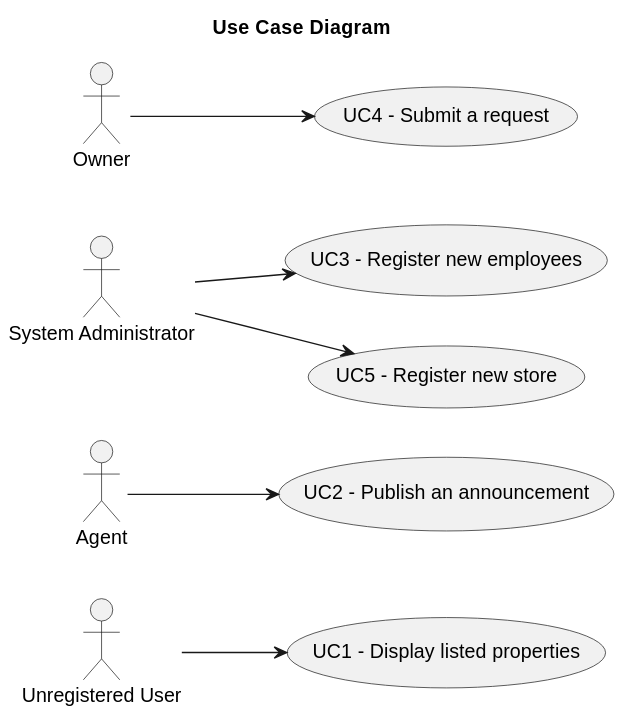
Before: docs/sprintA/global-artifacts/01.requirements-engineering/svg/use-case-diagram.svg, a diagram exported from PlantUML (rita-barbosa/LAPR2-2223).
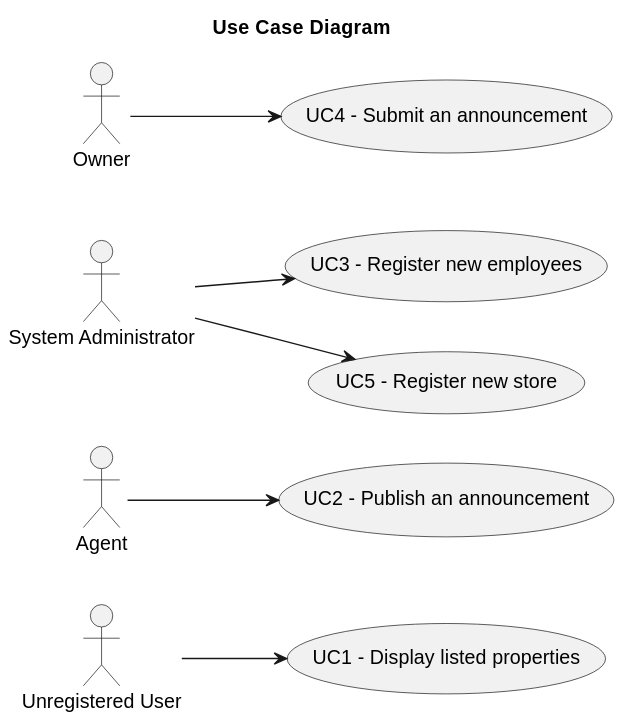
After the change.

The edit, as a diff of the source:
```diff
@@ -17,6 +17,6 @@
         "System Administrator" --> UC3
     usecase "UC5 - Register new store" as UC5
         "System Administrator" --> UC5
-     usecase "UC4 - Submit a request" as UC4
+     usecase "UC4 - Submit an announcement" as UC4
         "Owner" --> UC4
 @enduml
```
